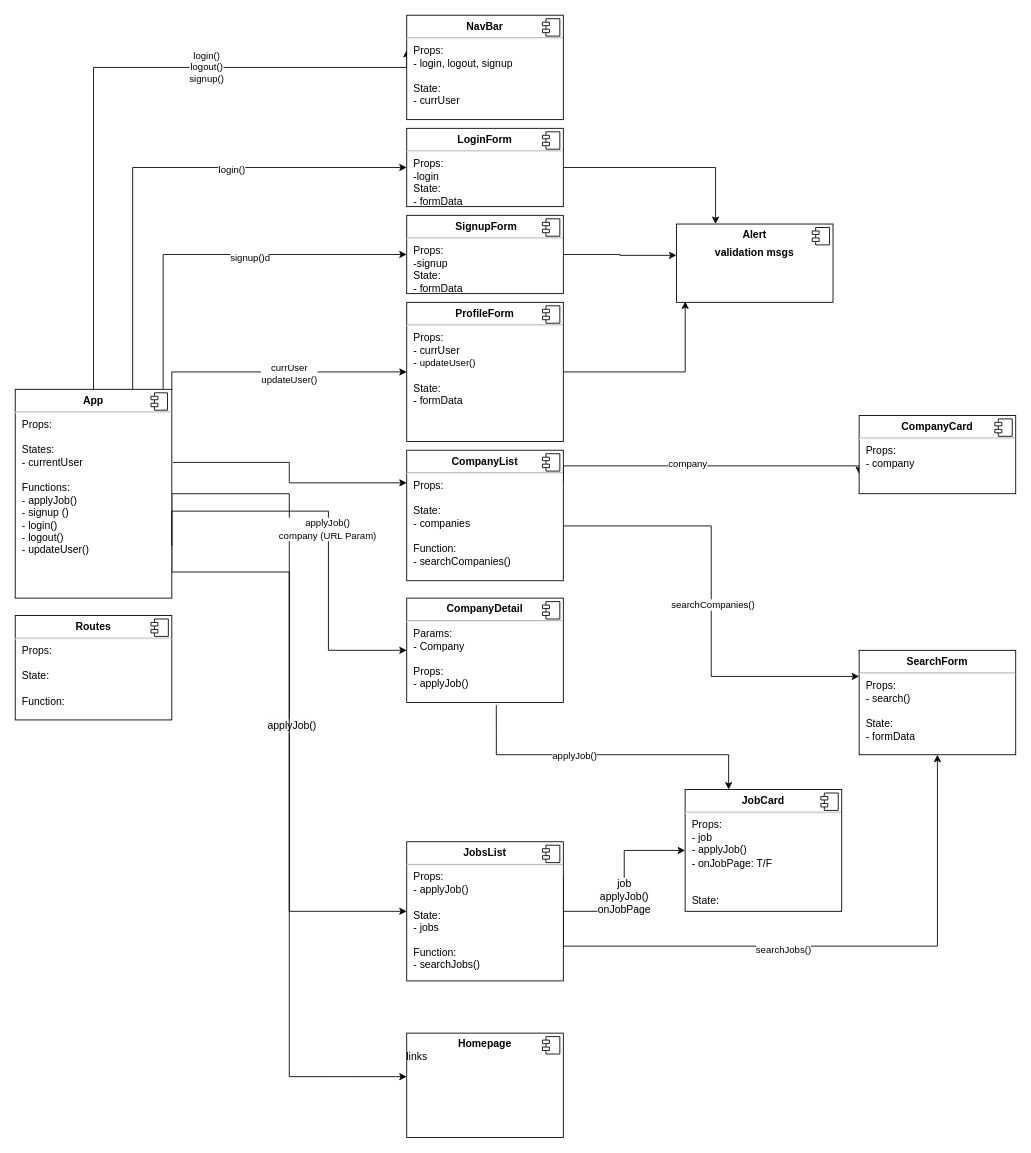
This is react-jobly-frontend-component-diagram.drawio from s34n-k1m/react-jobly-frontend, a draw.io file, before an edit. Source tidied: cells renumbered, new cells numbered last; positions are measured from the earlier drawing's top-left corner, leaving out a move shared by most shapes. Both pictures are drawn from the tidied source at 87%, with x=0, y=0 at pixel (15, 15).
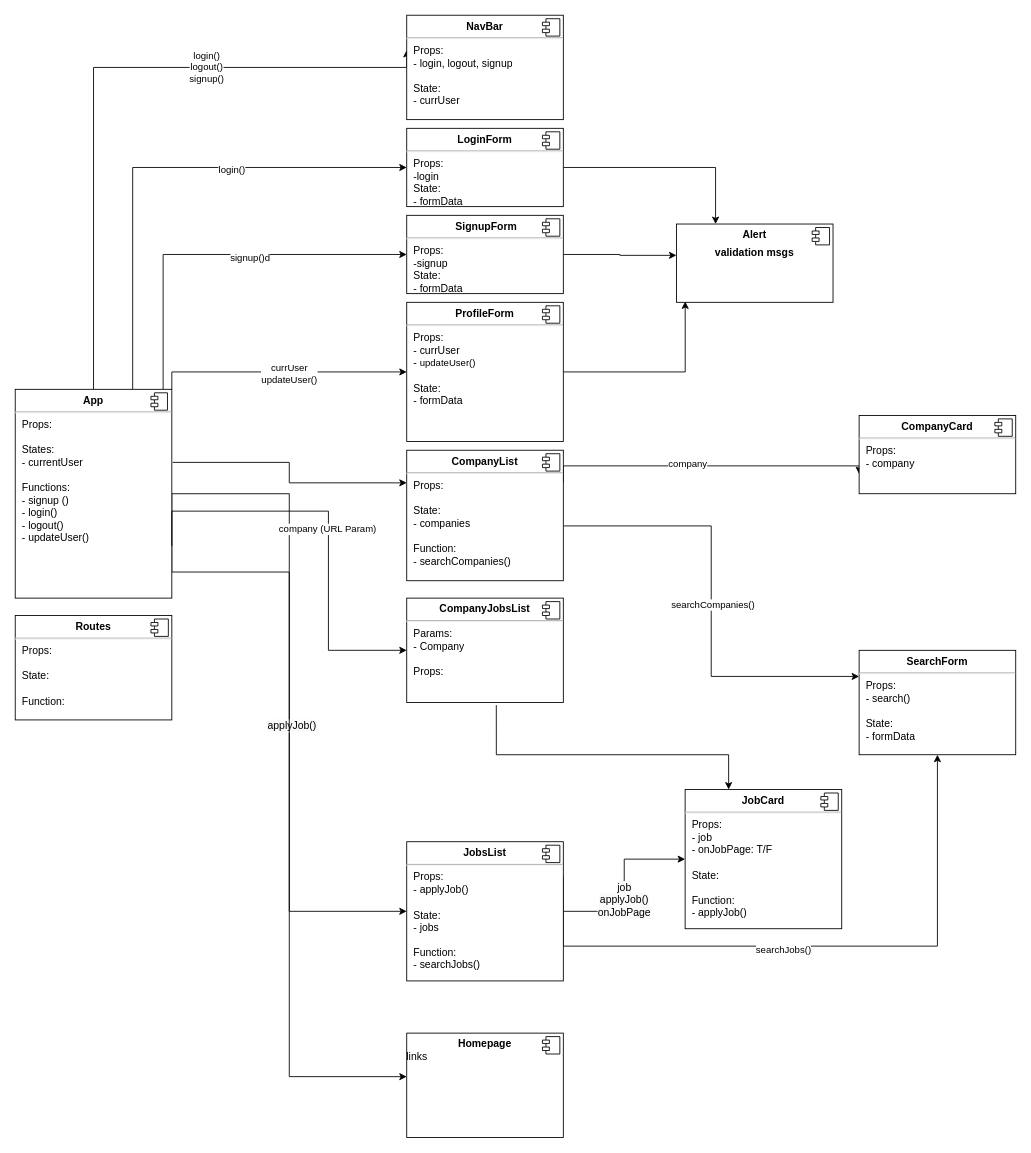
After the change.

Unchanged cells that the change refers to:
```xml
<mxCell id="16" style="edgeStyle=orthogonalEdgeStyle;rounded=0;jettySize=auto;html=1;exitX=1;exitY=0.75;exitDx=0;exitDy=0;" parent="1" edge="1" source="14" target="41">
  <mxGeometry relative="1" as="geometry">
    <Array as="points">
      <mxPoint x="180" y="570" />
      <mxPoint x="360" y="570" />
      <mxPoint x="360" y="730" />
    </Array>
  </mxGeometry>
</mxCell>
<mxCell id="39" style="edgeStyle=orthogonalEdgeStyle;rounded=0;jettySize=auto;html=1;exitX=0.572;exitY=1.025;exitDx=0;exitDy=0;exitPerimeter=0;" parent="1" edge="1" source="41">
  <mxGeometry relative="1" as="geometry">
    <mxPoint x="820" y="890" as="targetPoint" />
    <Array as="points">
      <mxPoint x="553" y="850" />
      <mxPoint x="820" y="850" />
    </Array>
  </mxGeometry>
</mxCell>
```

What changed in the source:
```diff
@@
-    <mxCell id="14" value="&lt;p style=&quot;margin: 0px ; margin-top: 6px ; text-align: center&quot;&gt;&lt;b&gt;App&lt;/b&gt;&lt;/p&gt;&lt;hr&gt;&lt;p style=&quot;margin: 0px ; margin-left: 8px&quot;&gt;Props:&lt;/p&gt;&lt;p style=&quot;margin: 0px ; margin-left: 8px&quot;&gt;&lt;br&gt;&lt;/p&gt;&lt;p style=&quot;margin: 0px ; margin-left: 8px&quot;&gt;States:&lt;/p&gt;&lt;p style=&quot;margin: 0px ; margin-left: 8px&quot;&gt;- currentUser&lt;br&gt;&lt;br&gt;&lt;/p&gt;&lt;p style=&quot;margin: 0px ; margin-left: 8px&quot;&gt;Functions:&lt;/p&gt;&lt;p style=&quot;margin: 0px ; margin-left: 8px&quot;&gt;- applyJob()&lt;/p&gt;&lt;p style=&quot;margin: 0px ; margin-left: 8px&quot;&gt;- signup ()&lt;/p&gt;&lt;p style=&quot;margin: 0px ; margin-left: 8px&quot;&gt;- login()&lt;/p&gt;&lt;p style=&quot;margin: 0px ; margin-left: 8px&quot;&gt;- logout()&lt;/p&gt;&lt;p style=&quot;margin: 0px ; margin-left: 8px&quot;&gt;- updateUser()&lt;/p&gt;&lt;p style=&quot;margin: 0px ; margin-left: 8px&quot;&gt;&lt;br&gt;&lt;/p&gt;" style="align=left;overflow=fill;html=1;" parent="1" vertex="1">
+    <mxCell id="14" value="&lt;p style=&quot;margin: 0px ; margin-top: 6px ; text-align: center&quot;&gt;&lt;b&gt;App&lt;/b&gt;&lt;/p&gt;&lt;hr&gt;&lt;p style=&quot;margin: 0px ; margin-left: 8px&quot;&gt;Props:&lt;/p&gt;&lt;p style=&quot;margin: 0px ; margin-left: 8px&quot;&gt;&lt;br&gt;&lt;/p&gt;&lt;p style=&quot;margin: 0px ; margin-left: 8px&quot;&gt;States:&lt;/p&gt;&lt;p style=&quot;margin: 0px ; margin-left: 8px&quot;&gt;- currentUser&lt;br&gt;&lt;br&gt;&lt;/p&gt;&lt;p style=&quot;margin: 0px ; margin-left: 8px&quot;&gt;Functions:&lt;/p&gt;&lt;p style=&quot;margin: 0px ; margin-left: 8px&quot;&gt;&lt;span&gt;- signup ()&lt;/span&gt;&lt;br&gt;&lt;/p&gt;&lt;p style=&quot;margin: 0px ; margin-left: 8px&quot;&gt;- login()&lt;/p&gt;&lt;p style=&quot;margin: 0px ; margin-left: 8px&quot;&gt;- logout()&lt;/p&gt;&lt;p style=&quot;margin: 0px ; margin-left: 8px&quot;&gt;- updateUser()&lt;/p&gt;&lt;p style=&quot;margin: 0px ; margin-left: 8px&quot;&gt;&lt;br&gt;&lt;/p&gt;" style="align=left;overflow=fill;html=1;" parent="1" vertex="1">
       <mxGeometry y="430" width="180" height="240" as="geometry" />
     </mxCell>
@@
-    <mxCell id="17" value="applyJob()&lt;br&gt;company (URL Param)" style="edgeLabel;html=1;align=center;verticalAlign=middle;" parent="16" vertex="1">
+    <mxCell id="17" value="company (URL Param)" style="edgeLabel;html=1;align=center;verticalAlign=middle;" parent="16" vertex="1">
       <mxGeometry x="0.02" y="-2" relative="1" as="geometry" />
     </mxCell>
@@
-    <mxCell id="37" value="&lt;p style=&quot;margin: 0px ; margin-top: 6px ; text-align: center&quot;&gt;&lt;b&gt;JobCard&lt;/b&gt;&lt;/p&gt;&lt;hr&gt;&lt;p style=&quot;margin: 0px ; margin-left: 8px&quot;&gt;Props:&lt;/p&gt;&lt;p style=&quot;margin: 0px ; margin-left: 8px&quot;&gt;- job&lt;/p&gt;&lt;p style=&quot;margin: 0px ; margin-left: 8px&quot;&gt;- applyJob()&lt;/p&gt;&lt;p style=&quot;margin: 0px ; margin-left: 8px&quot;&gt;- onJobPage: T/F&lt;/p&gt;&lt;p style=&quot;margin: 0px ; margin-left: 8px&quot;&gt;&lt;br&gt;&lt;/p&gt;&lt;p style=&quot;margin: 0px ; margin-left: 8px&quot;&gt;&lt;br&gt;&lt;/p&gt;&lt;p style=&quot;margin: 0px ; margin-left: 8px&quot;&gt;State:&lt;br&gt;&lt;br&gt;&lt;/p&gt;" style="align=left;overflow=fill;html=1;" parent="1" vertex="1">
-      <mxGeometry x="770" y="890" width="180" height="140" as="geometry" />
+    <mxCell id="37" value="&lt;p style=&quot;margin: 0px ; margin-top: 6px ; text-align: center&quot;&gt;&lt;b&gt;JobCard&lt;/b&gt;&lt;/p&gt;&lt;hr&gt;&lt;p style=&quot;margin: 0px ; margin-left: 8px&quot;&gt;Props:&lt;/p&gt;&lt;p style=&quot;margin: 0px ; margin-left: 8px&quot;&gt;- job&lt;/p&gt;&lt;p style=&quot;margin: 0px ; margin-left: 8px&quot;&gt;&lt;span&gt;- onJobPage: T/F&lt;/span&gt;&lt;br&gt;&lt;/p&gt;&lt;p style=&quot;margin: 0px ; margin-left: 8px&quot;&gt;&lt;br&gt;&lt;/p&gt;&lt;p style=&quot;margin: 0px ; margin-left: 8px&quot;&gt;State:&lt;br&gt;&lt;br&gt;&lt;/p&gt;&lt;p style=&quot;margin: 0px ; margin-left: 8px&quot;&gt;Function:&lt;/p&gt;&lt;p style=&quot;margin: 0px 0px 0px 8px&quot;&gt;- applyJob()&lt;/p&gt;&lt;div&gt;&lt;br&gt;&lt;/div&gt;" style="align=left;overflow=fill;html=1;" parent="1" vertex="1">
+      <mxGeometry x="770" y="890" width="180" height="160" as="geometry" />
     </mxCell>
@@
-    <mxCell id="40" value="applyJob()" style="edgeLabel;html=1;align=center;verticalAlign=middle;" parent="39" vertex="1">
-      <mxGeometry x="-0.19" relative="1" as="geometry" />
-    </mxCell>
-    <mxCell id="41" value="&lt;p style=&quot;margin: 0px ; margin-top: 6px ; text-align: center&quot;&gt;&lt;b&gt;CompanyDetail&lt;/b&gt;&lt;/p&gt;&lt;hr&gt;&lt;p style=&quot;margin: 0px ; margin-left: 8px&quot;&gt;Params:&lt;/p&gt;&lt;p style=&quot;margin: 0px ; margin-left: 8px&quot;&gt;- Company&lt;/p&gt;&lt;p style=&quot;margin: 0px ; margin-left: 8px&quot;&gt;&lt;br&gt;&lt;/p&gt;&lt;p style=&quot;margin: 0px ; margin-left: 8px&quot;&gt;Props:&lt;/p&gt;&lt;p style=&quot;margin: 0px ; margin-left: 8px&quot;&gt;- applyJob()&lt;/p&gt;&lt;p style=&quot;margin: 0px ; margin-left: 8px&quot;&gt;&lt;br&gt;&lt;/p&gt;&lt;p style=&quot;margin: 0px ; margin-left: 8px&quot;&gt;&lt;br&gt;&lt;/p&gt;&lt;p style=&quot;margin: 0px ; margin-left: 8px&quot;&gt;&amp;nbsp;&lt;/p&gt;" style="align=left;overflow=fill;html=1;" parent="1" vertex="1">
+    <mxCell id="41" value="&lt;p style=&quot;margin: 0px ; margin-top: 6px ; text-align: center&quot;&gt;&lt;b&gt;CompanyJobsList&lt;/b&gt;&lt;/p&gt;&lt;hr&gt;&lt;p style=&quot;margin: 0px ; margin-left: 8px&quot;&gt;Params:&lt;/p&gt;&lt;p style=&quot;margin: 0px ; margin-left: 8px&quot;&gt;- Company&lt;/p&gt;&lt;p style=&quot;margin: 0px ; margin-left: 8px&quot;&gt;&lt;br&gt;&lt;/p&gt;&lt;p style=&quot;margin: 0px ; margin-left: 8px&quot;&gt;Props:&lt;/p&gt;&lt;p style=&quot;margin: 0px ; margin-left: 8px&quot;&gt;&lt;br&gt;&lt;/p&gt;&lt;p style=&quot;margin: 0px ; margin-left: 8px&quot;&gt;&amp;nbsp;&lt;/p&gt;" style="align=left;overflow=fill;html=1;" parent="1" vertex="1">
       <mxGeometry x="450" y="670" width="180" height="120" as="geometry" />
     </mxCell>
```
